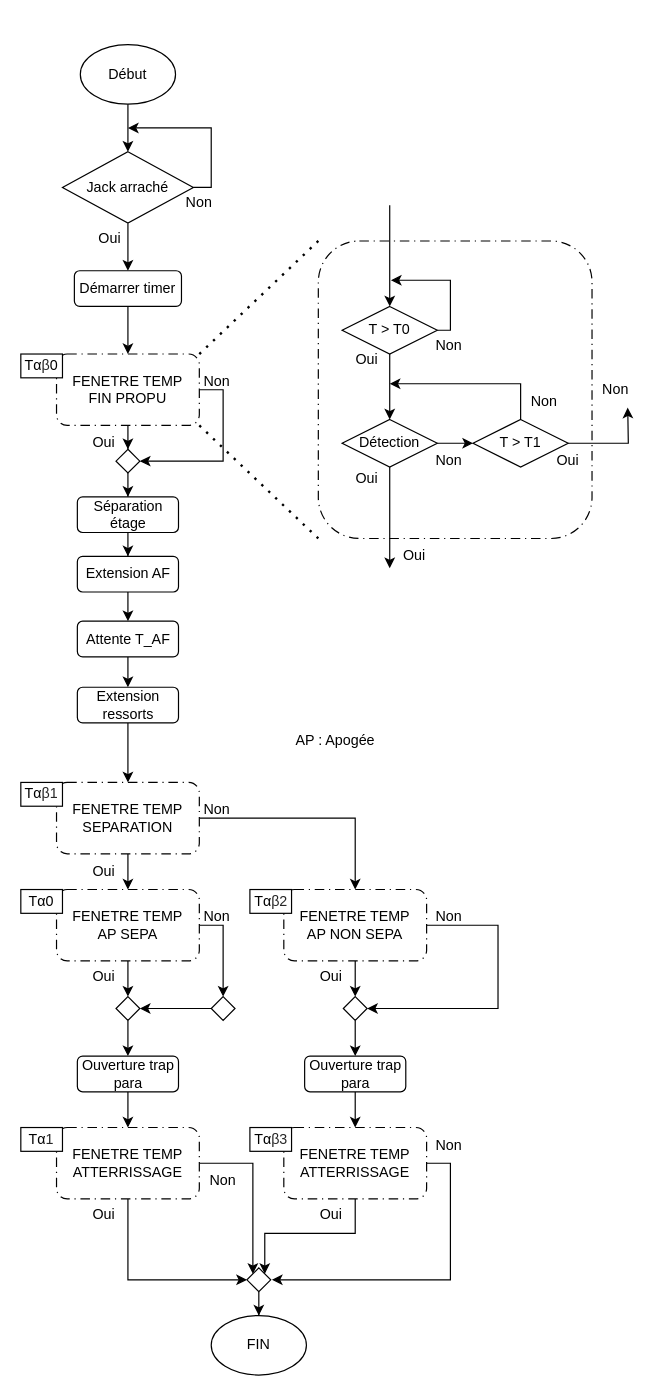
Earlier version of the draw.io diagram ARCHI/Sequenceur1.drawio (povdoigt/SP-02). Source tidied: cells renumbered, new cells numbered last; positions are measured from the earlier drawing's top-left corner, leaving out a move shared by most shapes. Both pictures are drawn from the tidied source at 119%, with x=0, y=0 at pixel (20, 44).
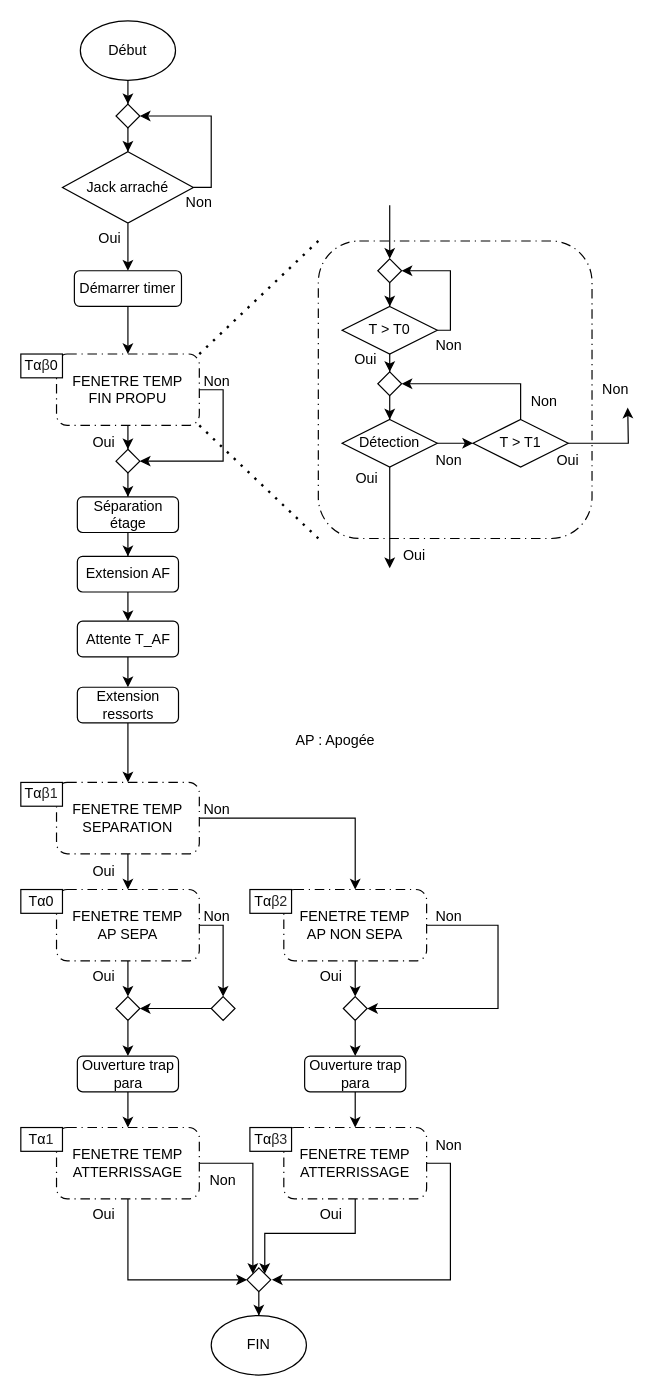
The same page after the edit.

Unchanged cells that the change refers to:
```xml
<mxCell id="6" value="Jack arraché" style="rhombus;whiteSpace=wrap;html=1;" parent="1" vertex="1">
  <mxGeometry x="35" y="90" width="110" height="60" as="geometry" />
</mxCell>
<mxCell id="17" value="T &amp;gt; T0" style="rhombus;whiteSpace=wrap;html=1;" parent="1" vertex="1">
  <mxGeometry x="270" y="220" width="80" height="40" as="geometry" />
</mxCell>
<mxCell id="20" value="Détection" style="rhombus;whiteSpace=wrap;html=1;" parent="1" vertex="1">
  <mxGeometry x="270" y="315" width="80" height="40" as="geometry" />
</mxCell>
<mxCell id="22" value="T &amp;gt; T1" style="rhombus;whiteSpace=wrap;html=1;" parent="1" vertex="1">
  <mxGeometry x="380" y="315" width="80" height="40" as="geometry" />
</mxCell>
```

The edit, as a diff of the source:
```diff
@@
+    <mxCell id="92" style="edgeStyle=orthogonalEdgeStyle;rounded=0;jettySize=auto;html=1;entryX=0.5;entryY=0;entryDx=0;entryDy=0;" parent="1" edge="1" source="2" target="95">
+      <mxGeometry relative="1" as="geometry" />
+    </mxCell>
     <mxCell id="2" value="Début" style="ellipse;whiteSpace=wrap;html=1;" parent="1" vertex="1">
-      <mxGeometry x="50" width="80" height="50" as="geometry" />
+      <mxGeometry x="50" y="-20" width="80" height="50" as="geometry" />
     </mxCell>
-    <mxCell id="3" style="edgeStyle=orthogonalEdgeStyle;rounded=0;jettySize=auto;html=1;entryX=0.5;entryY=0;entryDx=0;entryDy=0;exitX=0.5;exitY=1;exitDx=0;exitDy=0;" parent="1" edge="1" source="2" target="6">
-      <mxGeometry relative="1" as="geometry" />
-    </mxCell>
-    <mxCell id="4" style="edgeStyle=orthogonalEdgeStyle;rounded=0;jettySize=auto;html=1;" parent="1" edge="1" source="6">
+    <mxCell id="4" style="edgeStyle=orthogonalEdgeStyle;rounded=0;jettySize=auto;html=1;entryX=1;entryY=0.5;entryDx=0;entryDy=0;" parent="1" edge="1" source="6" target="95">
       <mxGeometry relative="1" as="geometry">
-        <mxPoint x="90" y="70" as="targetPoint" />
         <Array as="points">
           <mxPoint x="160" y="120" />
-          <mxPoint x="160" y="70" />
+          <mxPoint x="160" y="60" />
         </Array>
       </mxGeometry>
     </mxCell>
@@
-    <mxCell id="14" style="edgeStyle=orthogonalEdgeStyle;rounded=0;jettySize=auto;html=1;" parent="1" edge="1" source="17" target="20">
-      <mxGeometry relative="1" as="geometry" />
-    </mxCell>
-    <mxCell id="15" style="edgeStyle=orthogonalEdgeStyle;rounded=0;jettySize=auto;html=1;endArrow=none;endFill=0;startArrow=classic;startFill=1;" parent="1" edge="1" source="17">
+    <mxCell id="15" style="edgeStyle=orthogonalEdgeStyle;rounded=0;jettySize=auto;html=1;endArrow=none;endFill=0;startArrow=classic;startFill=1;exitX=0.5;exitY=0;exitDx=0;exitDy=0;" parent="1" edge="1" source="97">
       <mxGeometry relative="1" as="geometry">
         <mxPoint x="310" y="135" as="targetPoint" />
       </mxGeometry>
     </mxCell>
-    <mxCell id="16" style="edgeStyle=orthogonalEdgeStyle;rounded=0;jettySize=auto;html=1;exitX=1;exitY=0.5;exitDx=0;exitDy=0;" parent="1" edge="1" source="17">
+    <mxCell id="16" style="edgeStyle=orthogonalEdgeStyle;rounded=0;jettySize=auto;html=1;exitX=1;exitY=0.5;exitDx=0;exitDy=0;entryX=1;entryY=0.5;entryDx=0;entryDy=0;" parent="1" edge="1" source="17" target="97">
       <mxGeometry relative="1" as="geometry">
-        <mxPoint x="311" y="198" as="targetPoint" />
         <Array as="points">
           <mxPoint x="361" y="240" />
-          <mxPoint x="361" y="198" />
+          <mxPoint x="361" y="190" />
         </Array>
       </mxGeometry>
     </mxCell>
+    <mxCell id="93" style="edgeStyle=orthogonalEdgeStyle;rounded=0;jettySize=auto;html=1;entryX=0.5;entryY=0;entryDx=0;entryDy=0;" parent="1" edge="1" source="17" target="99">
+      <mxGeometry relative="1" as="geometry" />
+    </mxCell>
@@
-    <mxCell id="21" style="edgeStyle=orthogonalEdgeStyle;rounded=0;jettySize=auto;html=1;" parent="1" edge="1" source="22">
+    <mxCell id="21" style="edgeStyle=orthogonalEdgeStyle;rounded=0;jettySize=auto;html=1;entryX=1;entryY=0.5;entryDx=0;entryDy=0;" parent="1" edge="1" source="22" target="99">
       <mxGeometry relative="1" as="geometry">
-        <mxPoint x="310" y="285" as="targetPoint" />
         <Array as="points">
           <mxPoint x="420" y="285" />
-          <mxPoint x="380" y="285" />
         </Array>
       </mxGeometry>
     </mxCell>
@@
     <mxCell id="82" value="Oui" style="text;html=1;whiteSpace=wrap;strokeColor=none;fillColor=none;align=center;verticalAlign=middle;rounded=0;" parent="1" vertex="1">
-      <mxGeometry x="261" y="250" width="60" height="30" as="geometry" />
+      <mxGeometry x="260" y="250" width="60" height="30" as="geometry" />
     </mxCell>
@@
+    <mxCell id="94" style="edgeStyle=orthogonalEdgeStyle;rounded=0;jettySize=auto;html=1;entryX=0.5;entryY=0;entryDx=0;entryDy=0;" parent="1" edge="1" source="95" target="6">
+      <mxGeometry relative="1" as="geometry" />
+    </mxCell>
+    <mxCell id="95" style="rhombus;whiteSpace=wrap;html=1;" parent="1" vertex="1">
+      <mxGeometry x="80" y="50" width="20" height="20" as="geometry" />
+    </mxCell>
+    <mxCell id="96" style="edgeStyle=orthogonalEdgeStyle;rounded=0;jettySize=auto;html=1;entryX=0.5;entryY=0;entryDx=0;entryDy=0;" parent="1" edge="1" source="97" target="17">
+      <mxGeometry relative="1" as="geometry" />
+    </mxCell>
+    <mxCell id="97" style="rhombus;whiteSpace=wrap;html=1;" parent="1" vertex="1">
+      <mxGeometry x="300" y="180" width="20" height="20" as="geometry" />
+    </mxCell>
+    <mxCell id="98" style="edgeStyle=orthogonalEdgeStyle;rounded=0;jettySize=auto;html=1;entryX=0.5;entryY=0;entryDx=0;entryDy=0;" parent="1" edge="1" source="99" target="20">
+      <mxGeometry relative="1" as="geometry" />
+    </mxCell>
+    <mxCell id="99" style="rhombus;whiteSpace=wrap;html=1;" parent="1" vertex="1">
+      <mxGeometry x="300" y="275" width="20" height="20" as="geometry" />
+    </mxCell>
```
